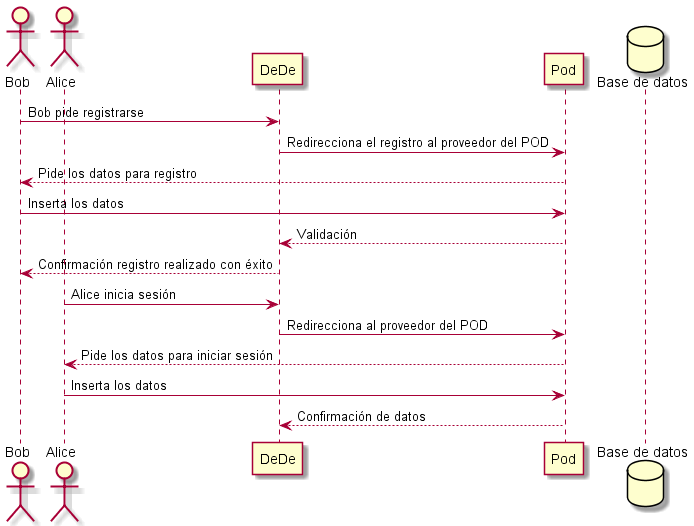
Above: images/06_runtime_registro.png in Arquisoft/dede_es6b (PlantUML), before the change.
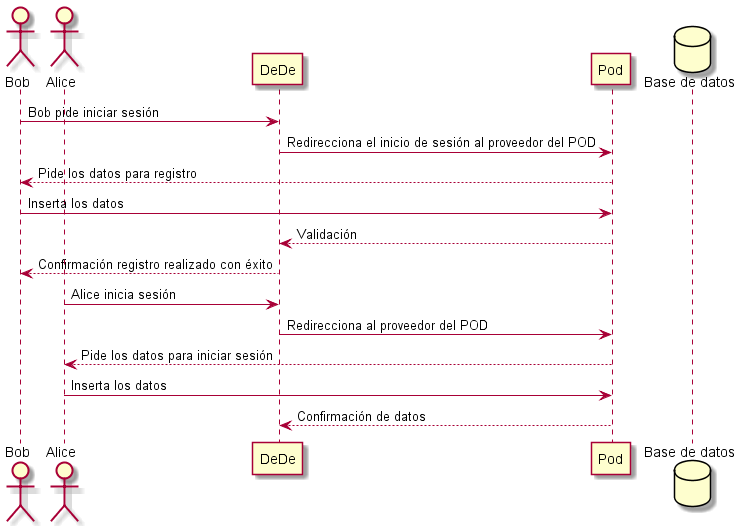
The same file after the commit.

Change to the diagram source:
```diff
@@ -4,8 +4,8 @@
 participant DeDe
 participant Pod
 database bd as "Base de datos"
-Bob -> DeDe: Bob pide registrarse
-DeDe -> Pod: Redirecciona el registro al proveedor del POD
+Bob -> DeDe: Bob pide iniciar sesión
+DeDe -> Pod: Redirecciona el inicio de sesión al proveedor del POD
 Bob <-- Pod: Pide los datos para registro
 Bob -> Pod: Inserta los datos
 DeDe <-- Pod: Validación
```
